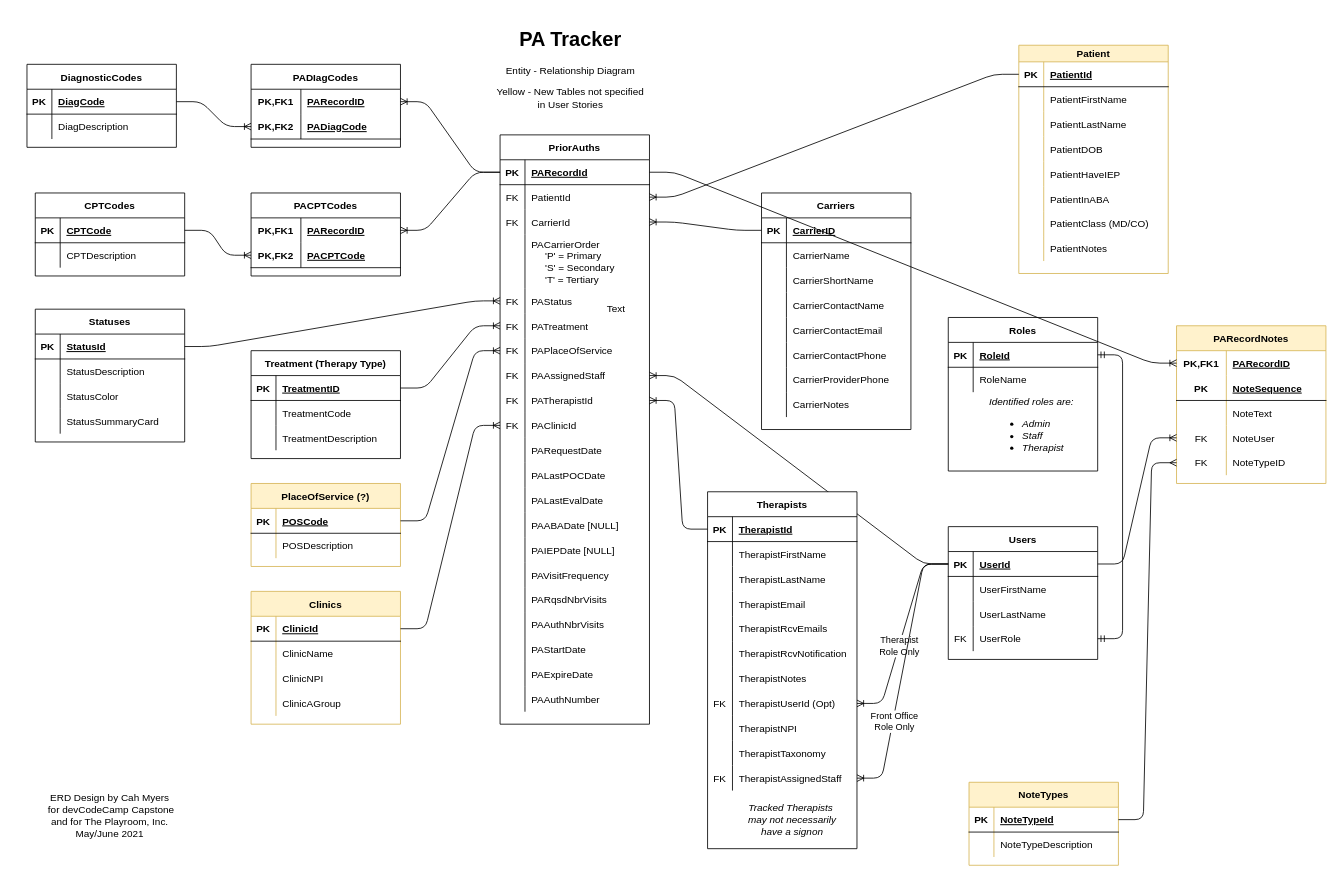
Above: PA_Tracker_Db.drawio in cashmy/PA_Backend (draw.io), before the change. Source tidied: cells renumbered, new cells numbered last; positions are measured from the earlier drawing's top-left corner, leaving out a move shared by most shapes. Both pictures are drawn from the tidied source at 83%, with x=0, y=0 at pixel (14, 22).
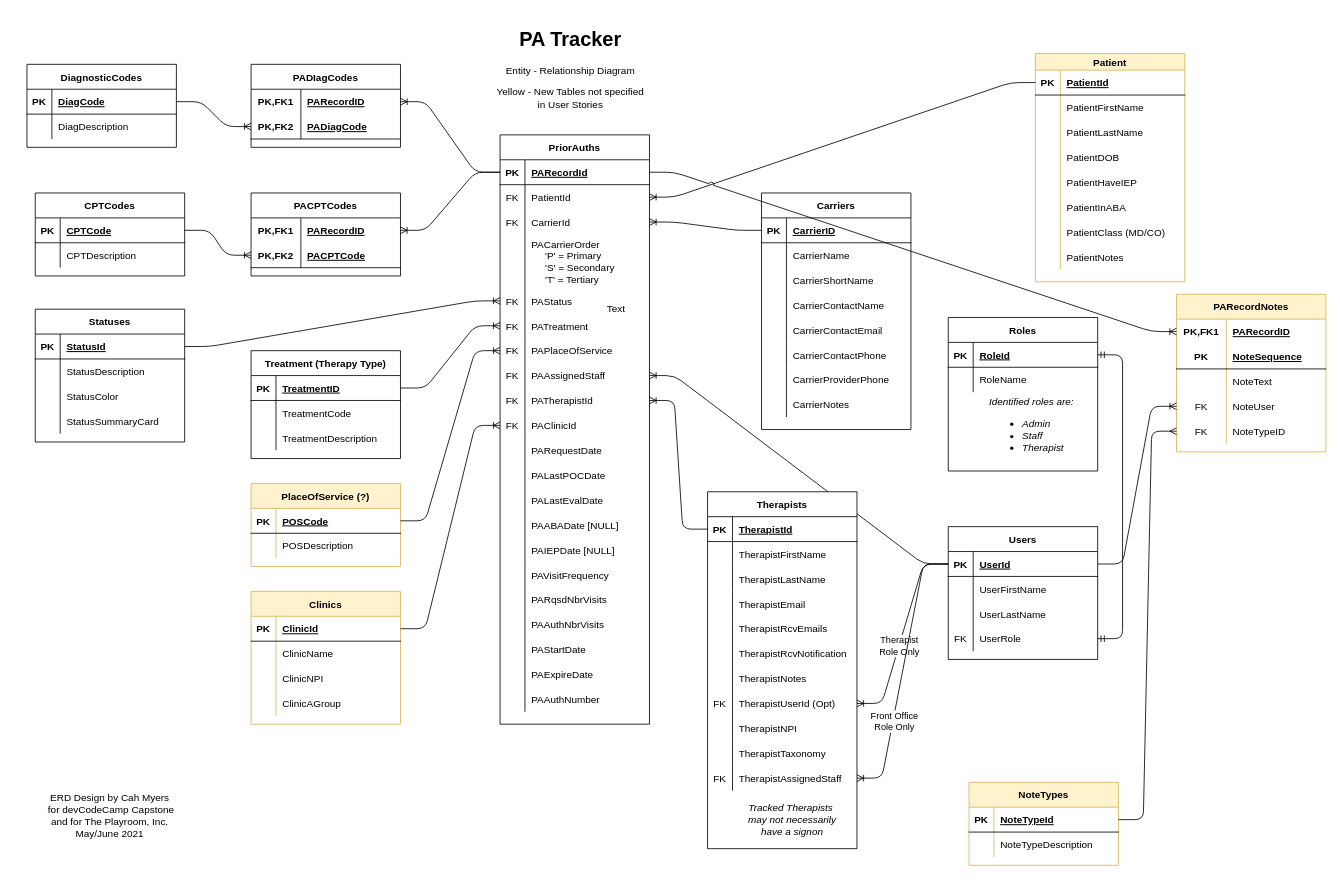
After the change.

Commit message:
Cleaned up most line crossings

The change refers to these unchanged cells:
```xml
<mxCell id="110" style="shape=partialRectangle;fillColor=none;top=0;left=0;bottom=1;right=0;points=[[0,0.5],[1,0.5]];portConstraint=eastwest;" parent="109" vertex="1">
  <mxGeometry y="30" width="180" height="30" as="geometry" />
</mxCell>
<mxCell id="265" style="shape=partialRectangle;fillColor=none;top=0;left=0;bottom=0;right=0;points=[[0,0.5],[1,0.5]];portConstraint=eastwest;" parent="264" vertex="1">
  <mxGeometry y="30" width="180" height="30" as="geometry" />
</mxCell>
```

Change to the diagram source:
```diff
@@
     <mxCell id="51" value="Patient" style="shape=table;startSize=20;childLayout=tableLayout;rowLines=0;fontStyle=1;align=center;fillColor=#fff2cc;strokeColor=#d6b656;" parent="1" vertex="1">
-      <mxGeometry x="1210" y="27" width="180" height="275" as="geometry" />
+      <mxGeometry x="1230" y="37" width="180" height="275" as="geometry" />
     </mxCell>
@@
     <mxCell id="264" value="PARecordNotes" style="shape=table;startSize=30;childLayout=tableLayout;rowLines=0;fontStyle=1;align=center;fillColor=#fff2cc;strokeColor=#d6b656;" parent="1" vertex="1">
-      <mxGeometry x="1400" y="365" width="180" height="190" as="geometry" />
+      <mxGeometry x="1400" y="327" width="180" height="190" as="geometry" />
     </mxCell>
@@
-    <mxCell id="288" style="edgeStyle=entityRelationEdgeStyle;fontSize=12;html=1;endArrow=ERoneToMany;exitX=1;exitY=0.5;exitDx=0;exitDy=0;entryX=0;entryY=0.5;entryDx=0;entryDy=0;" parent="1" edge="1" source="110" target="265">
+    <mxCell id="288" style="edgeStyle=entityRelationEdgeStyle;fontSize=12;html=1;endArrow=ERoneToMany;exitX=1;exitY=0.5;exitDx=0;exitDy=0;entryX=0;entryY=0.5;entryDx=0;entryDy=0;jumpStyle=arc;" parent="1" edge="1" source="110" target="265">
       <mxGeometry relative="1" as="geometry" />
     </mxCell>
```
